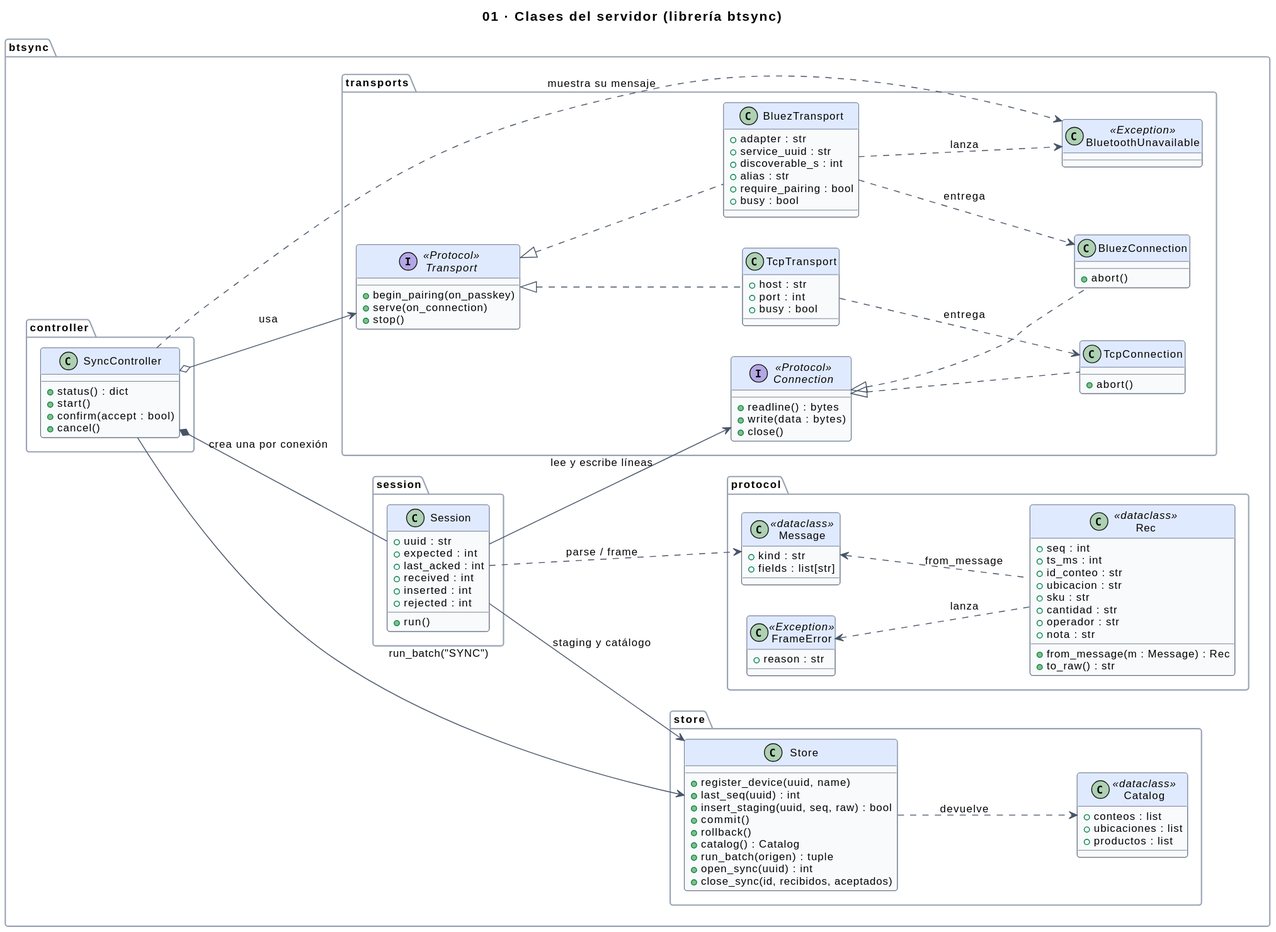
Before: docs/img/uml/01-clases-servidor.svg, a diagram exported from PlantUML (sebas-archive/kardex-bt). The source it was exported from:
```plantuml
@startuml
!include estilo.iuml
title 01 · Clases del servidor (librería btsync)
left to right direction

package "btsync.protocol" {
  class FrameError <<Exception>> {
    +reason : str
  }
  class Message <<dataclass>> {
    +kind : str
    +fields : list[str]
  }
  class Rec <<dataclass>> {
    +seq : int
    +ts_ms : int
    +id_conteo : str
    +ubicacion : str
    +sku : str
    +cantidad : str
    +operador : str
    +nota : str
    +from_message(m : Message) : Rec
    +to_raw() : str
  }
}

package "btsync.store" {
  class Catalog <<dataclass>> {
    +conteos : list
    +ubicaciones : list
    +productos : list
  }
  class Store {
    +register_device(uuid, name)
    +last_seq(uuid) : int
    +insert_staging(uuid, seq, raw) : bool
    +commit()
    +rollback()
    +catalog() : Catalog
    +run_batch(origen) : tuple
    +open_sync(uuid) : int
    +close_sync(id, recibidos, aceptados)
  }
}

package "btsync.session" {
  class Session {
    +uuid : str
    +expected : int
    +last_acked : int
    +received : int
    +inserted : int
    +rejected : int
    +run()
  }
}

package "btsync.controller" {
  class SyncController {
    +status() : dict
    +start()
    +confirm(accept : bool)
    +cancel()
  }
}

package "btsync.transports" {
  interface Transport <<Protocol>> {
    +begin_pairing(on_passkey)
    +serve(on_connection)
    +stop()
  }
  interface Connection <<Protocol>> {
    +readline() : bytes
    +write(data : bytes)
    +close()
  }
  class BluezTransport {
    +adapter : str
    +service_uuid : str
    +discoverable_s : int
    +alias : str
    +require_pairing : bool
    +busy : bool
  }
  class TcpTransport {
    +host : str
    +port : int
    +busy : bool
  }
  class BluezConnection {
    +abort()
  }
  class TcpConnection {
    +abort()
  }
  class BluetoothUnavailable <<Exception>>
}

Message <.. Rec : from_message
FrameError <.. Rec : lanza
SyncController *-- Session : crea una por conexión
SyncController o--> Transport : usa
SyncController --> Store : run_batch("SYNC")
Session --> Connection : lee y escribe líneas
Session --> Store : staging y catálogo
Session ..> Message : parse / frame
Store ..> Catalog : devuelve
Transport <|.. BluezTransport
Transport <|.. TcpTransport
Connection <|.. BluezConnection
Connection <|.. TcpConnection
BluezTransport ..> BluezConnection : entrega
TcpTransport ..> TcpConnection : entrega
BluezTransport ..> BluetoothUnavailable : lanza
SyncController ..> BluetoothUnavailable : muestra su mensaje
@enduml
```
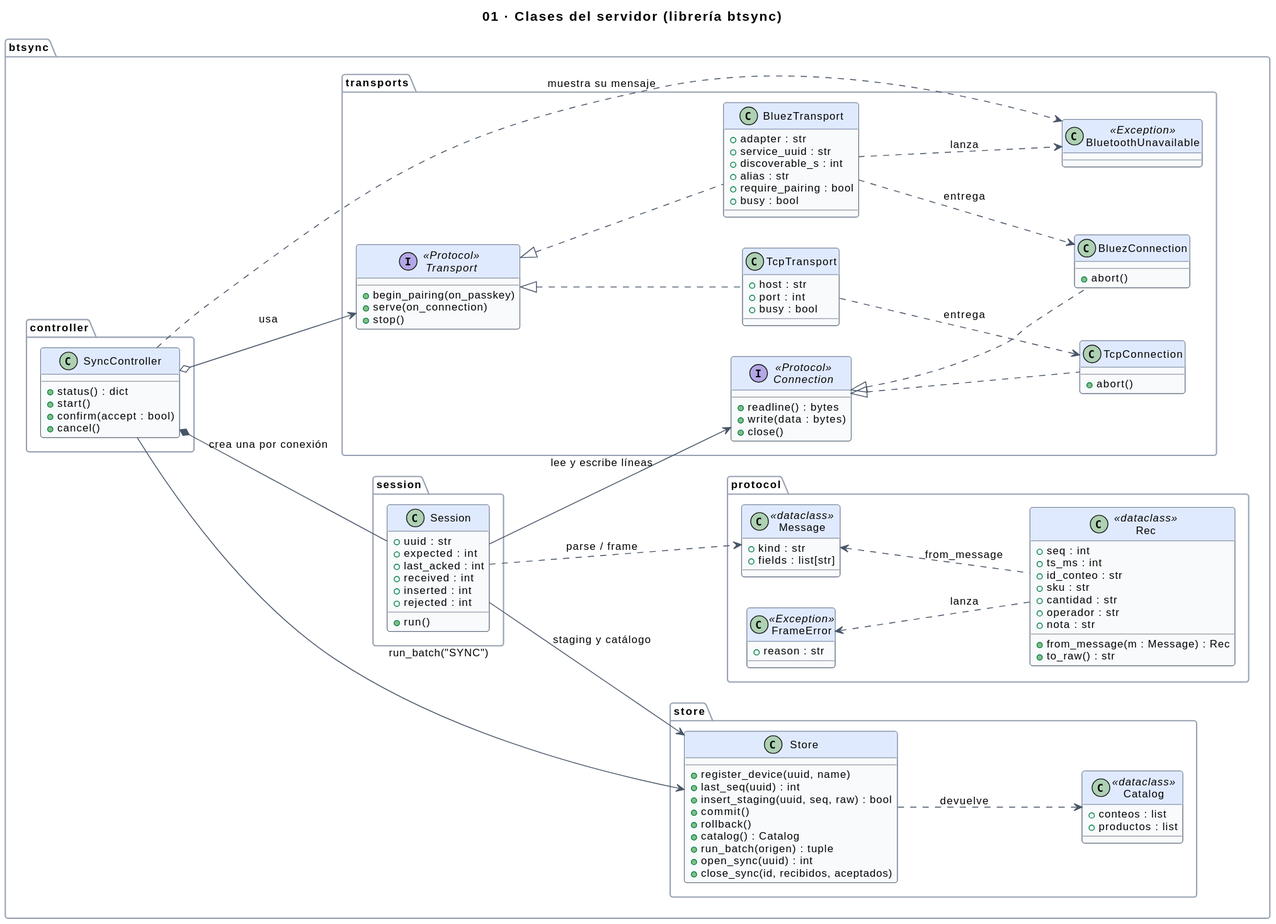
The same diagram one commit later.

What changed in the source:
```diff
@@ -15,7 +15,6 @@
     +seq : int
     +ts_ms : int
     +id_conteo : str
-    +ubicacion : str
     +sku : str
     +cantidad : str
     +operador : str
@@ -28,7 +27,6 @@
 package "btsync.store" {
   class Catalog <<dataclass>> {
     +conteos : list
-    +ubicaciones : list
     +productos : list
   }
   class Store {
```
